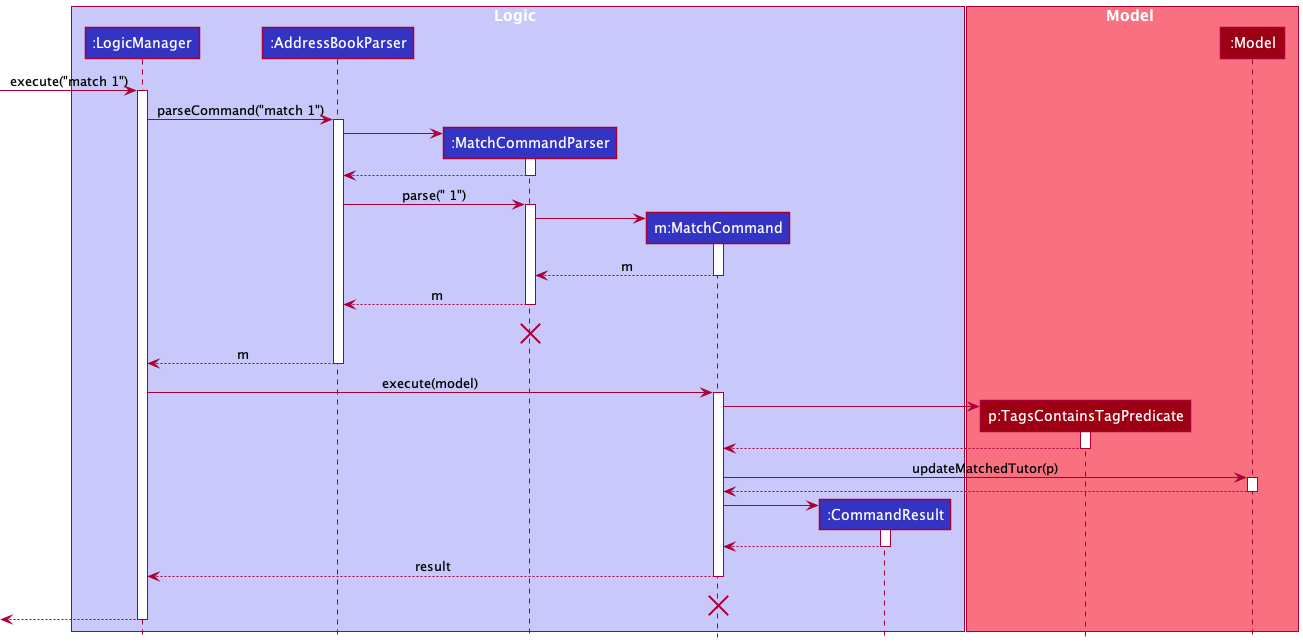
Above: docs/images/MatchCommandSequenceDiagram.png in tenebrius1/tp (PlantUML), before the change.
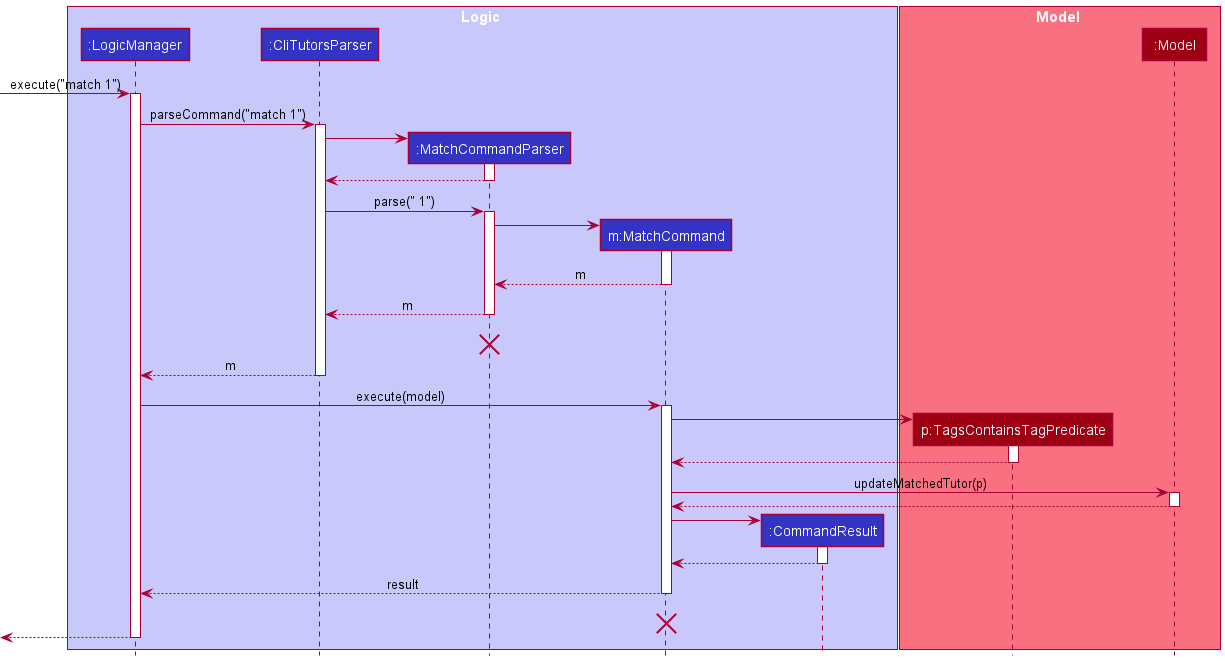
Later version of the same file.

What changed in the source:
```diff
@@ -3,7 +3,7 @@
 
 box Logic LOGIC_COLOR_T1
 participant ":LogicManager" as LogicManager LOGIC_COLOR
-participant ":AddressBookParser" as AddressBook LOGIC_COLOR
+participant ":CliTutorsParser" as CliTutors LOGIC_COLOR
 participant ":MatchCommandParser" as MatchCommandParser LOGIC_COLOR
 participant "m:MatchCommand" as MatchCommand LOGIC_COLOR
 participant ":CommandResult" as CommandResult LOGIC_COLOR
@@ -17,16 +17,16 @@
 [-> LogicManager : execute("match 1")
 activate LogicManager
 
-LogicManager -> AddressBook : parseCommand("match 1")
-activate AddressBook
+LogicManager -> CliTutors : parseCommand("match 1")
+activate CliTutors
 create MatchCommandParser
-AddressBook -> MatchCommandParser
+CliTutors -> MatchCommandParser
 activate MatchCommandParser
 
-MatchCommandParser --> AddressBook
+MatchCommandParser --> CliTutors
 deactivate MatchCommandParser
 
-AddressBook -> MatchCommandParser : parse(" 1")
+CliTutors -> MatchCommandParser : parse(" 1")
 activate MatchCommandParser
 create MatchCommand
 MatchCommandParser -> MatchCommand
@@ -34,13 +34,13 @@
 MatchCommand --> MatchCommandParser : m
 deactivate MatchCommand
 
-MatchCommandParser --> AddressBook : m
+MatchCommandParser --> CliTutors : m
 deactivate MatchCommandParser
-MatchCommandParser -[hidden]-> AddressBook : result
+MatchCommandParser -[hidden]-> CliTutors : result
 destroy MatchCommandParser
 
-AddressBook --> LogicManager : m
-deactivate AddressBook
+CliTutors --> LogicManager : m
+deactivate CliTutors
 
 LogicManager -> MatchCommand : execute(model)
 activate MatchCommand
```
